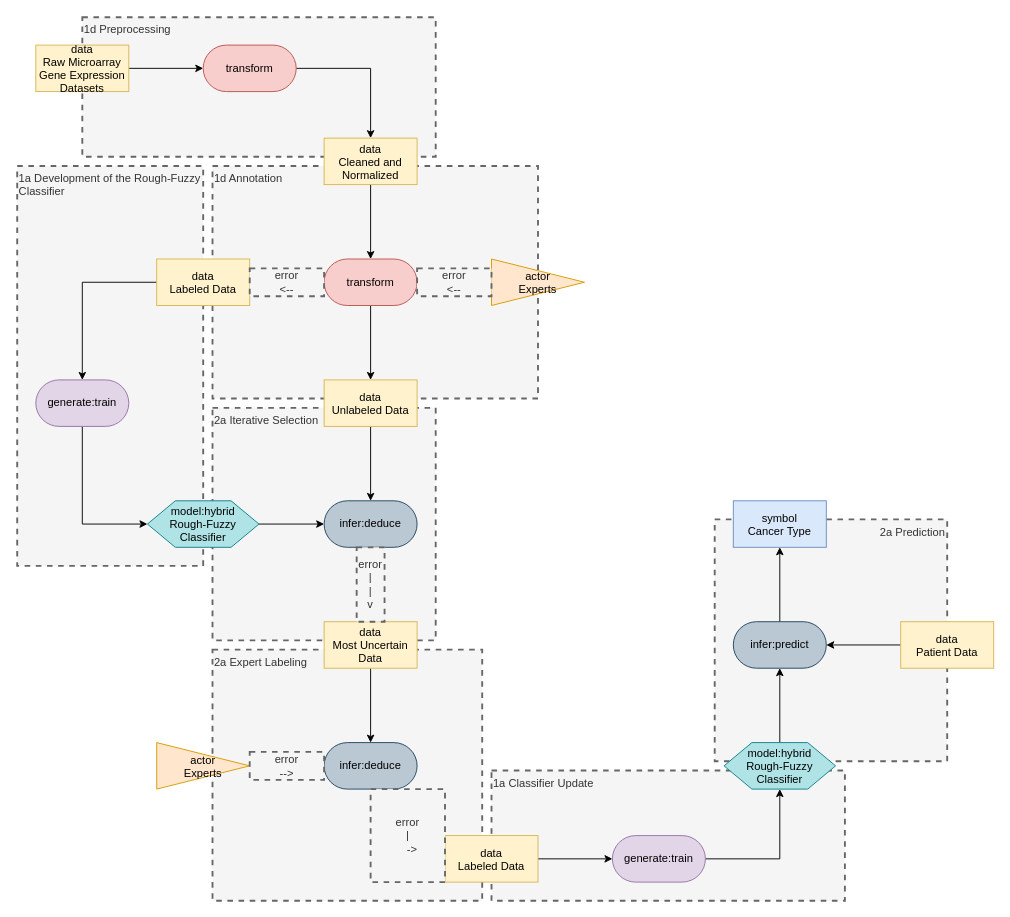
Before: page "Page-1" (1 of 2) of medical patterns to boxologies/Rules Embedded in ML architecture (REML)/Active learning using rough fuzzy classifier for cancer prediction from microarray gene expression data.drawio in zonnesmit/thesis, a draw.io diagram. Source tidied: cells renumbered, new cells numbered last; positions are measured from the earlier drawing's top-left corner, leaving out a move shared by most shapes. Both pictures are drawn from the tidied source at 93%, with x=0, y=0 at pixel (17, 17).
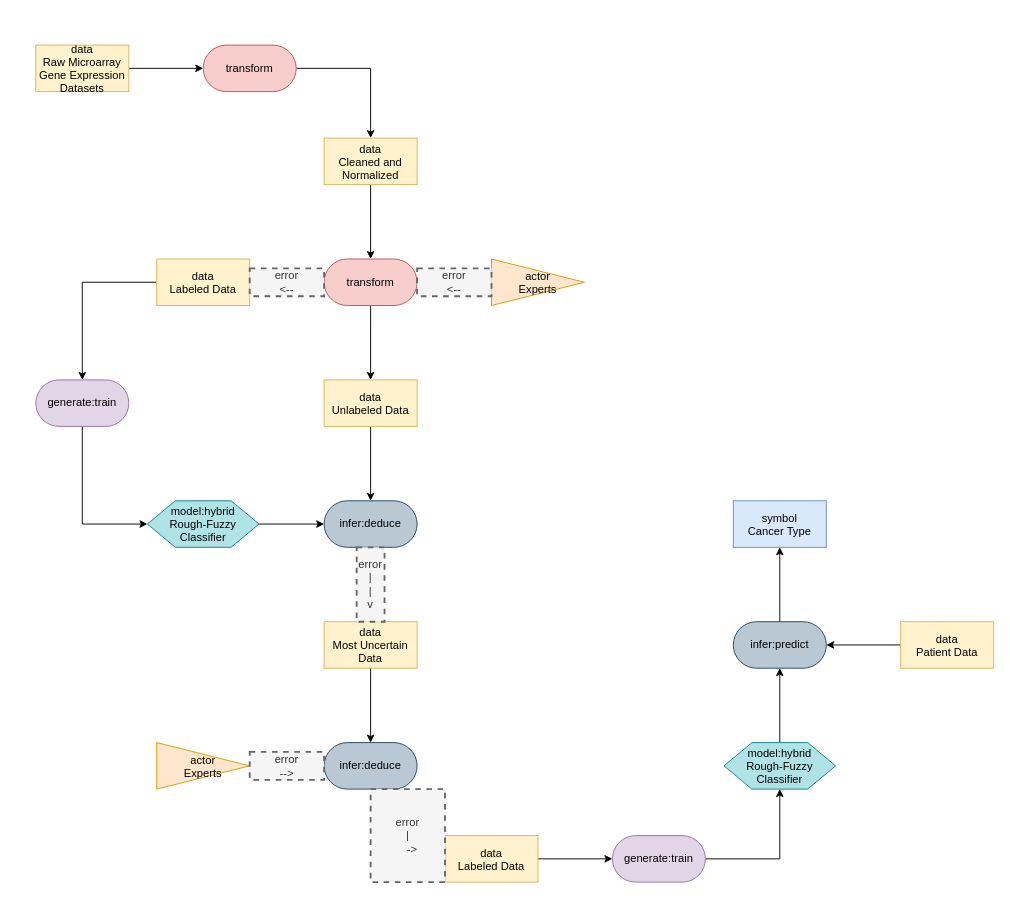
The same diagram, later.

The edit, as a diff of the source:
```diff
@@
-    <mxCell id="2" value="2a Prediction" style="text;html=1;align=right;verticalAlign=top;whiteSpace=wrap;rounded=0;dashed=1;fillColor=#f5f5f5;fontColor=#333333;strokeColor=#666666;strokeWidth=2;" parent="1" vertex="1">
-      <mxGeometry x="750" y="540" width="250" height="260" as="geometry" />
-    </mxCell>
-    <mxCell id="3" value="1a Classifier Update" style="text;html=1;align=left;verticalAlign=top;whiteSpace=wrap;rounded=0;dashed=1;fillColor=#f5f5f5;fontColor=#333333;strokeColor=#666666;strokeWidth=2;" parent="1" vertex="1">
-      <mxGeometry x="510" y="810" width="380" height="140" as="geometry" />
-    </mxCell>
-    <mxCell id="4" value="2a Expert Labeling" style="text;html=1;align=left;verticalAlign=top;whiteSpace=wrap;rounded=0;dashed=1;fillColor=#f5f5f5;fontColor=#333333;strokeColor=#666666;strokeWidth=2;" parent="1" vertex="1">
-      <mxGeometry x="210" y="680" width="290" height="270" as="geometry" />
-    </mxCell>
-    <mxCell id="5" value="2a Iterative Selection" style="text;html=1;align=left;verticalAlign=top;whiteSpace=wrap;rounded=0;dashed=1;fillColor=#f5f5f5;fontColor=#333333;strokeColor=#666666;strokeWidth=2;" parent="1" vertex="1">
-      <mxGeometry x="210" y="420" width="240" height="250" as="geometry" />
-    </mxCell>
-    <mxCell id="6" value="1a Development of the Rough-Fuzzy Classifier" style="text;html=1;align=left;verticalAlign=top;whiteSpace=wrap;rounded=0;dashed=1;fillColor=#f5f5f5;fontColor=#333333;strokeColor=#666666;strokeWidth=2;" parent="1" vertex="1">
-      <mxGeometry y="160" width="200" height="430" as="geometry" />
-    </mxCell>
-    <mxCell id="7" value="1d Annotation" style="text;html=1;align=left;verticalAlign=top;whiteSpace=wrap;rounded=0;dashed=1;fillColor=#f5f5f5;fontColor=#333333;strokeColor=#666666;strokeWidth=2;" parent="1" vertex="1">
-      <mxGeometry x="210" y="160" width="350" height="250" as="geometry" />
-    </mxCell>
-    <mxCell id="8" value="1d Preprocessing" style="text;html=1;align=left;verticalAlign=top;whiteSpace=wrap;rounded=0;dashed=1;fillColor=#f5f5f5;fontColor=#333333;strokeColor=#666666;strokeWidth=2;" parent="1" vertex="1">
-      <mxGeometry x="70" width="380" height="150" as="geometry" />
-    </mxCell>
```
